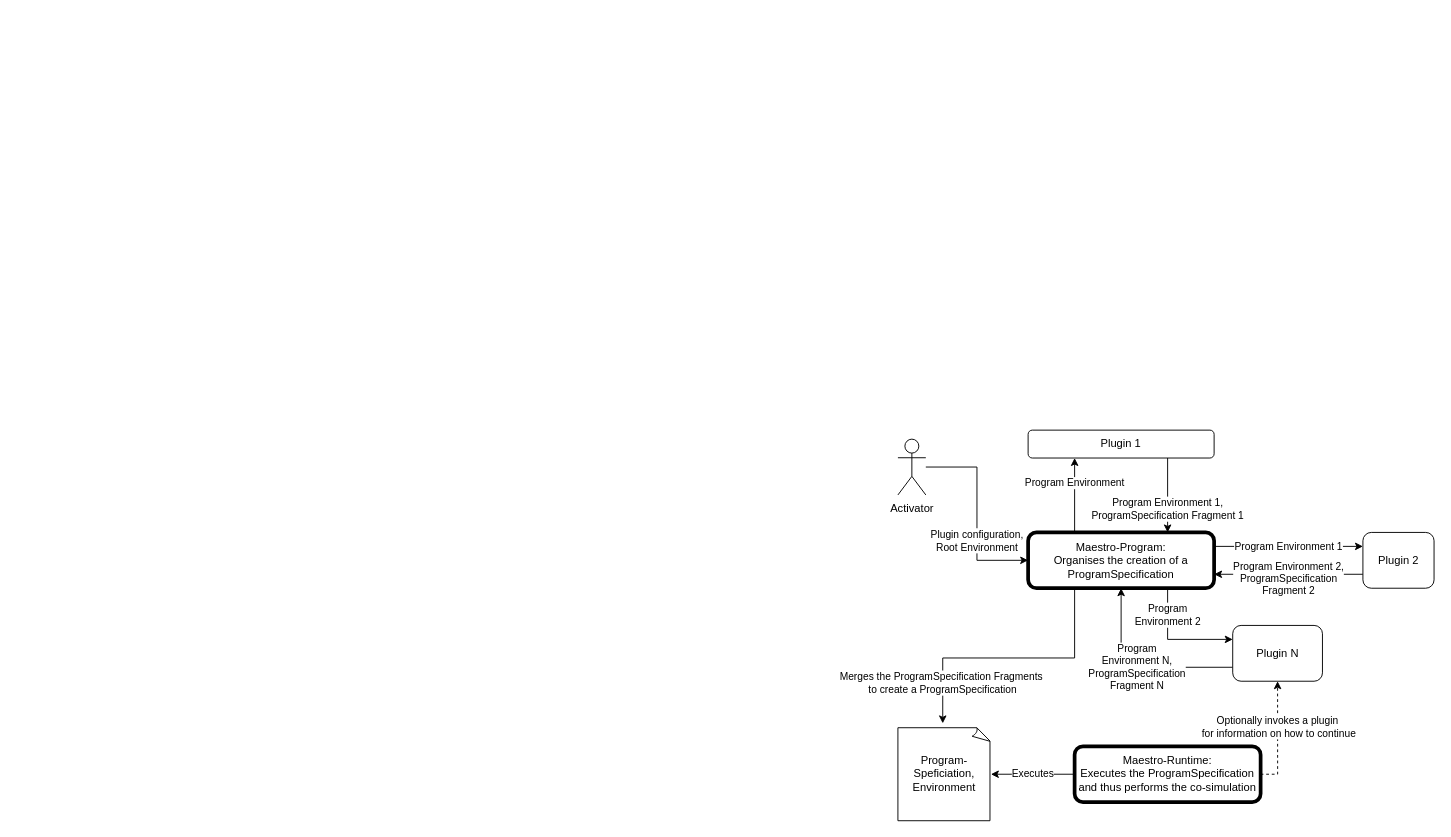
This is figures/conducting_co-simulation_overview.drawio from INTO-CPS-Association/maestrov2-documentation, a draw.io file, before an edit. Source tidied: cells renumbered, new cells numbered last; positions are measured from the earlier drawing's top-left corner, leaving out a move shared by most shapes. Both pictures are drawn from the tidied source at 93%, with x=0, y=0 at pixel (897, 430).
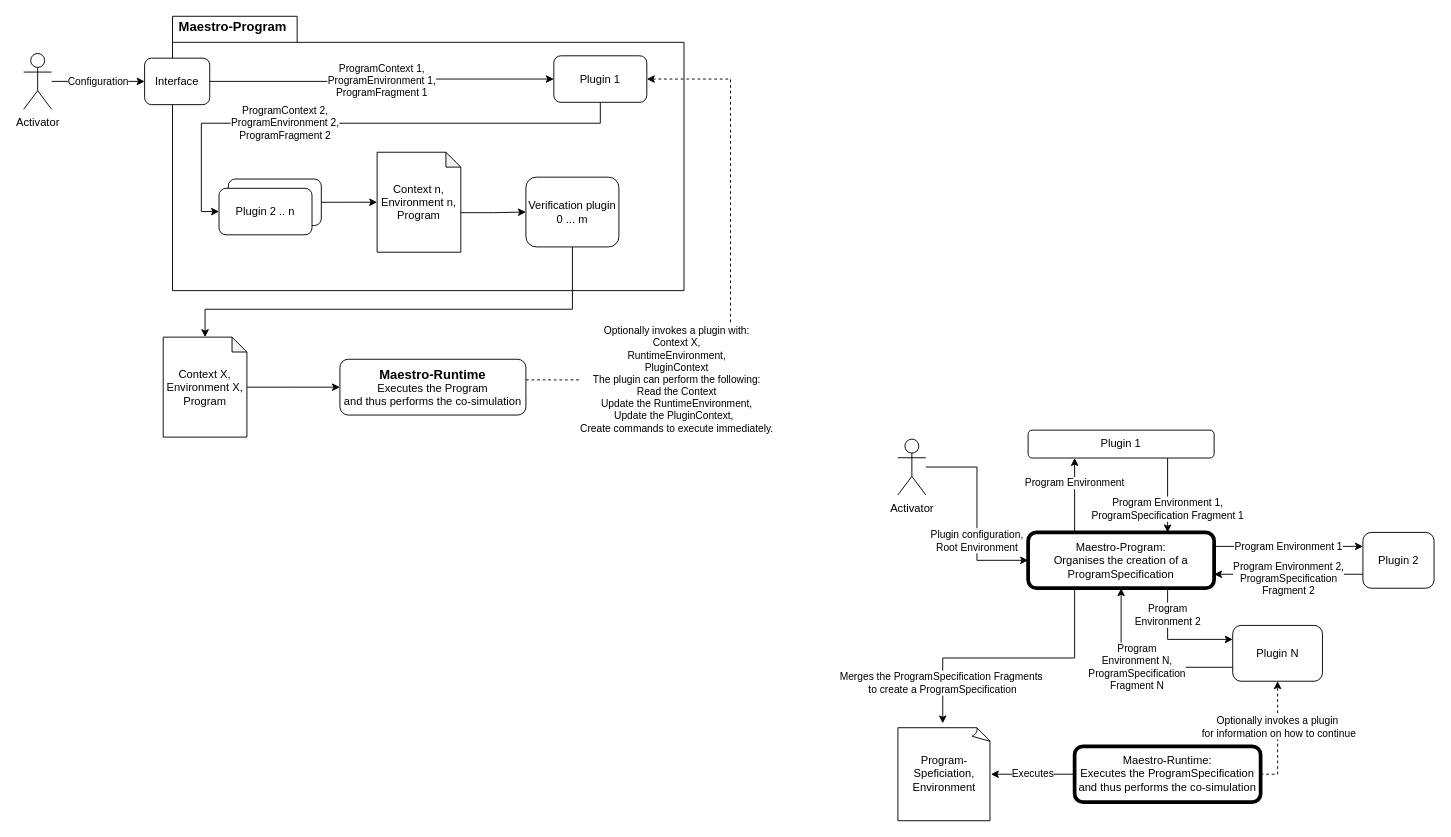
The same diagram, later.

Change to the diagram source:
```diff
@@
+    <mxCell id="19" value="Configuration" style="edgeStyle=orthogonalEdgeStyle;rounded=0;jettySize=auto;html=1;entryX=0;entryY=0.5;entryDx=0;entryDy=0;" parent="1" edge="1" source="20" target="22">
+      <mxGeometry relative="1" as="geometry" />
+    </mxCell>
+    <mxCell id="20" value="Activator" style="shape=umlActor;verticalLabelPosition=bottom;labelBackgroundColor=#ffffff;verticalAlign=top;html=1;outlineConnect=0;" parent="1" vertex="1">
+      <mxGeometry x="-940" y="-405" width="30" height="60" as="geometry" />
+    </mxCell>
+    <mxCell id="21" value="&lt;b&gt;&lt;font style=&quot;font-size: 14px&quot;&gt;Maestro-Program&lt;/font&gt;&lt;/b&gt;" style="shape=folder;xSize=90;align=left;spacingLeft=10;align=left;verticalAlign=top;spacingLeft=5;spacingTop=-4;tabWidth=134;tabHeight=28;tabPosition=left;html=1;strokeWidth=1;" parent="1" vertex="1">
+      <mxGeometry x="-780" y="-445" width="550" height="295" as="geometry" />
+    </mxCell>
+    <mxCell id="22" value="Interface" style="rounded=1;whiteSpace=wrap;html=1;" parent="1" vertex="1">
+      <mxGeometry x="-810" y="-400" width="70" height="50" as="geometry" />
+    </mxCell>
+    <mxCell id="23" value="ProgramContext 2,&lt;br&gt;ProgramEnvironment 2,&lt;br&gt;ProgramFragment 2" style="edgeStyle=orthogonalEdgeStyle;rounded=0;jettySize=auto;html=1;exitX=0.5;exitY=1;exitDx=0;exitDy=0;entryX=0;entryY=0.5;entryDx=0;entryDy=0;" parent="1" edge="1" source="24" target="27">
+      <mxGeometry x="0.28" relative="1" as="geometry">
+        <Array as="points">
+          <mxPoint x="-320" y="-330" />
+          <mxPoint x="-749" y="-330" />
+          <mxPoint x="-749" y="-235" />
+        </Array>
+      </mxGeometry>
+    </mxCell>
+    <mxCell id="24" value="Plugin 1" style="rounded=1;whiteSpace=wrap;html=1;" parent="1" vertex="1">
+      <mxGeometry x="-370" y="-402.5" width="100" height="50" as="geometry" />
+    </mxCell>
+    <mxCell id="25" style="edgeStyle=orthogonalEdgeStyle;rounded=0;jettySize=auto;html=1;exitX=1;exitY=0.5;exitDx=0;exitDy=0;entryX=0;entryY=0.5;entryDx=0;entryDy=0;entryPerimeter=0;" parent="1" edge="1" source="26" target="32">
+      <mxGeometry relative="1" as="geometry" />
+    </mxCell>
+    <mxCell id="26" style="rounded=1;whiteSpace=wrap;html=1;" parent="1" vertex="1">
+      <mxGeometry x="-720" y="-270" width="100" height="50" as="geometry" />
+    </mxCell>
+    <mxCell id="27" value="Plugin 2 .. n" style="rounded=1;whiteSpace=wrap;html=1;" parent="1" vertex="1">
+      <mxGeometry x="-730" y="-260" width="100" height="50" as="geometry" />
+    </mxCell>
+    <mxCell id="28" style="edgeStyle=orthogonalEdgeStyle;rounded=0;jettySize=auto;html=1;entryX=0;entryY=0.5;entryDx=0;entryDy=0;exitX=0;exitY=0;exitDx=80;exitDy=65;exitPerimeter=0;" parent="1" edge="1" source="32" target="30">
+      <mxGeometry relative="1" as="geometry" />
+    </mxCell>
+    <mxCell id="29" style="edgeStyle=orthogonalEdgeStyle;rounded=0;jettySize=auto;html=1;exitX=0.5;exitY=1;exitDx=0;exitDy=0;entryX=0.5;entryY=0;entryDx=0;entryDy=0;entryPerimeter=0;" parent="1" edge="1" source="30" target="34">
+      <mxGeometry relative="1" as="geometry">
+        <Array as="points">
+          <mxPoint x="-350" y="-130" />
+          <mxPoint x="-745" y="-130" />
+        </Array>
+      </mxGeometry>
+    </mxCell>
+    <mxCell id="30" value="Verification plugin 0 ... m" style="rounded=1;whiteSpace=wrap;html=1;" parent="1" vertex="1">
+      <mxGeometry x="-400" y="-272" width="100" height="75" as="geometry" />
+    </mxCell>
+    <mxCell id="31" value="ProgramContext 1,&lt;br&gt;ProgramEnvironment 1,&lt;br&gt;ProgramFragment 1" style="edgeStyle=orthogonalEdgeStyle;rounded=0;jettySize=auto;html=1;exitX=1;exitY=0.5;exitDx=0;exitDy=0;entryX=0;entryY=0.5;entryDx=0;entryDy=0;" parent="1" edge="1" source="22" target="24">
+      <mxGeometry relative="1" as="geometry" />
+    </mxCell>
+    <mxCell id="32" value="Context n,&lt;br&gt;Environment n,&lt;br&gt;Program" style="shape=note;whiteSpace=wrap;html=1;backgroundOutline=1;darkOpacity=0.05;size=16;" parent="1" vertex="1">
+      <mxGeometry x="-560" y="-298.8" width="90" height="107.5" as="geometry" />
+    </mxCell>
+    <mxCell id="33" style="edgeStyle=orthogonalEdgeStyle;rounded=0;jettySize=auto;html=1;entryX=0;entryY=0.5;entryDx=0;entryDy=0;" parent="1" edge="1" source="34" target="36">
+      <mxGeometry relative="1" as="geometry" />
+    </mxCell>
+    <mxCell id="34" value="Context X,&lt;br&gt;Environment X,&lt;br&gt;Program" style="shape=note;whiteSpace=wrap;html=1;backgroundOutline=1;darkOpacity=0.05;size=16;" parent="1" vertex="1">
+      <mxGeometry x="-790" y="-100" width="90" height="107.5" as="geometry" />
+    </mxCell>
+    <mxCell id="35" value="Optionally invokes a plugin with:&lt;br&gt;Context X,&lt;br&gt;RuntimeEnvironment,&lt;br&gt;PluginContext&lt;br&gt;The plugin can perform the following: &lt;br&gt;Read the Context&lt;br&gt;Update the RuntimeEnvironment,&lt;br&gt;Update the PluginContext,&amp;nbsp;&amp;nbsp;&lt;br&gt;Create commands to execute immediately." style="edgeStyle=orthogonalEdgeStyle;rounded=0;jettySize=auto;html=1;entryX=1;entryY=0.5;entryDx=0;entryDy=0;dashed=1;" parent="1" edge="1" source="36" target="24">
+      <mxGeometry x="-0.49" relative="1" as="geometry">
+        <Array as="points">
+          <mxPoint x="-180" y="-54" />
+          <mxPoint x="-180" y="-377" />
+        </Array>
+      </mxGeometry>
+    </mxCell>
+    <mxCell id="36" value="&lt;b&gt;&lt;font style=&quot;font-size: 14px&quot;&gt;Maestro-Runtime&lt;/font&gt;&lt;/b&gt;&lt;br&gt;Executes the Program&lt;br&gt;and thus performs the co-simulation" style="rounded=1;whiteSpace=wrap;html=1;strokeWidth=1;" parent="1" vertex="1">
+      <mxGeometry x="-600" y="-76.2" width="200" height="60" as="geometry" />
+    </mxCell>
```
